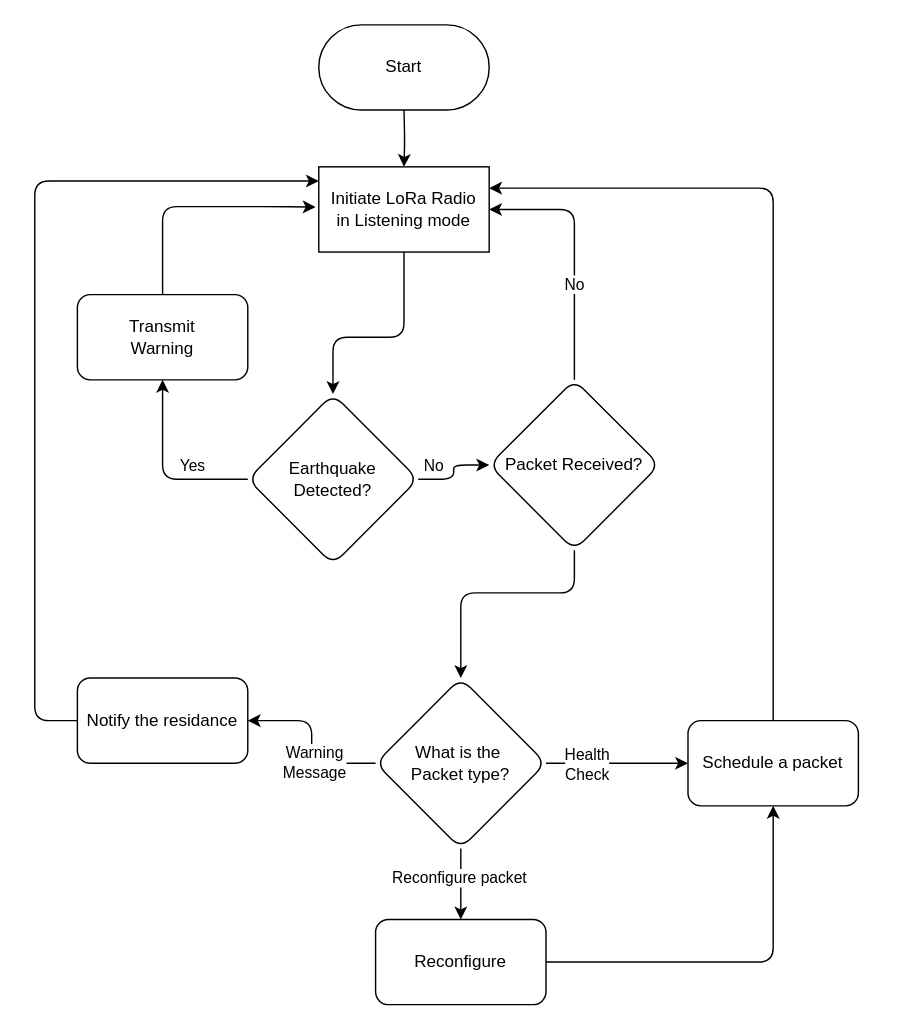
Earlier version of the draw.io diagram EEW_endnode.drawio (NuwanUdara/my-diagrams). Source tidied: cells renumbered, new cells numbered last; positions are measured from the earlier drawing's top-left corner, leaving out a move shared by most shapes. Both pictures are drawn from the tidied source at 142%, with x=0, y=0 at pixel (34, 24).
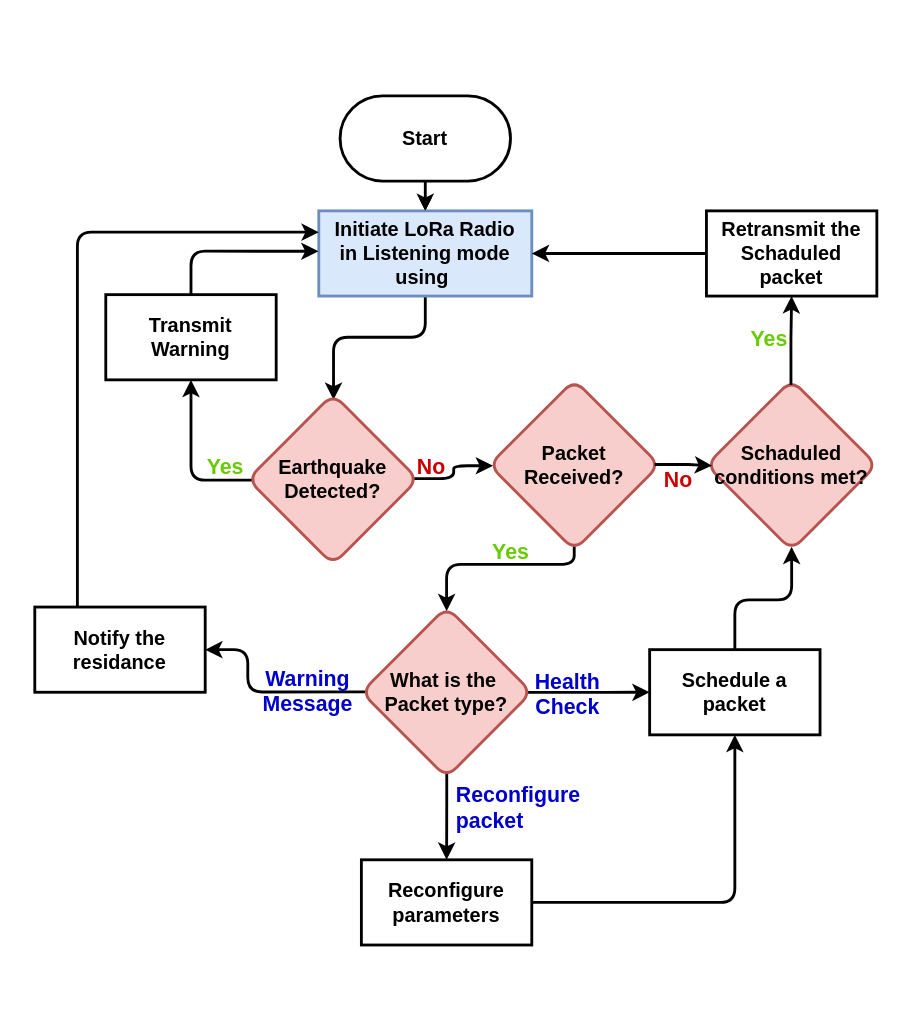
The same diagram, later.

The edit, as a diff of the source:
```diff
@@
-    <mxCell id="2" style="edgeStyle=orthogonalEdgeStyle;rounded=1;jettySize=auto;html=1;" parent="1" edge="1" target="4">
-      <mxGeometry relative="1" as="geometry">
-        <mxPoint x="260" y="60" as="sourcePoint" />
-      </mxGeometry>
+    <mxCell id="2" style="edgeStyle=orthogonalEdgeStyle;rounded=1;jettySize=auto;html=1;fontStyle=1;exitX=0.5;exitY=1;exitDx=0;exitDy=0;" parent="1" edge="1" source="29" target="4">
+      <mxGeometry relative="1" as="geometry" />
     </mxCell>
-    <mxCell id="3" style="edgeStyle=orthogonalEdgeStyle;rounded=1;jettySize=auto;html=1;exitX=0.5;exitY=1;exitDx=0;exitDy=0;entryX=0.5;entryY=0;entryDx=0;entryDy=0;" parent="1" edge="1" source="4" target="9">
+    <mxCell id="3" style="edgeStyle=orthogonalEdgeStyle;rounded=1;jettySize=auto;html=1;exitX=0.5;exitY=1;exitDx=0;exitDy=0;entryX=0.503;entryY=0.034;entryDx=0;entryDy=0;fontStyle=1;entryPerimeter=0;strokeWidth=2;" parent="1" edge="1" source="4" target="9">
       <mxGeometry relative="1" as="geometry">
         <Array as="points">
-          <mxPoint x="260" y="220" />
+          <mxPoint x="275" y="220" />
           <mxPoint x="210" y="220" />
         </Array>
       </mxGeometry>
     </mxCell>
-    <mxCell id="4" value="Initiate LoRa Radio&lt;br&gt;in Listening mode" style="rounded=1;whiteSpace=wrap;html=1;arcSize=0;" parent="1" vertex="1">
-      <mxGeometry x="200" y="100" width="120" height="60" as="geometry" />
+    <mxCell id="4" value="Initiate LoRa Radio&lt;br style=&quot;font-size: 14px;&quot;&gt;in Listening mode&lt;div style=&quot;font-size: 14px;&quot;&gt;using&amp;nbsp;&lt;/div&gt;" style="rounded=1;whiteSpace=wrap;html=1;arcSize=0;fillColor=#dae8fc;strokeColor=#6c8ebf;fontStyle=1;fontSize=14;strokeWidth=2;" parent="1" vertex="1">
+      <mxGeometry x="200" y="131" width="150" height="60" as="geometry" />
     </mxCell>
-    <mxCell id="5" style="edgeStyle=orthogonalEdgeStyle;rounded=1;jettySize=auto;html=1;entryX=0;entryY=0.5;entryDx=0;entryDy=0;" parent="1" edge="1" source="9" target="13">
+    <mxCell id="5" style="edgeStyle=orthogonalEdgeStyle;rounded=1;jettySize=auto;html=1;entryX=0.023;entryY=0.504;entryDx=0;entryDy=0;fontStyle=1;exitX=0.967;exitY=0.496;exitDx=0;exitDy=0;exitPerimeter=0;entryPerimeter=0;strokeWidth=2;" parent="1" edge="1" source="9" target="13">
       <mxGeometry relative="1" as="geometry" />
     </mxCell>
-    <mxCell id="6" value="No" style="edgeLabel;html=1;align=center;verticalAlign=middle;rounded=1;" parent="5" vertex="1">
+    <mxCell id="6" value="No" style="edgeLabel;html=1;align=center;verticalAlign=middle;rounded=1;fontStyle=1;fontColor=#CC0000;fontSize=15;labelBackgroundColor=none;" parent="5" vertex="1">
       <mxGeometry x="-0.25" y="2" relative="1" as="geometry">
-        <mxPoint x="-13" y="-8" as="offset" />
+        <mxPoint x="-13" y="-7" as="offset" />
       </mxGeometry>
     </mxCell>
-    <mxCell id="7" style="edgeStyle=orthogonalEdgeStyle;rounded=1;jettySize=auto;html=1;" parent="1" edge="1" source="9" target="15">
+    <mxCell id="7" style="edgeStyle=orthogonalEdgeStyle;rounded=1;jettySize=auto;html=1;fontStyle=1;exitX=0.027;exitY=0.505;exitDx=0;exitDy=0;exitPerimeter=0;strokeWidth=2;" parent="1" edge="1" source="9" target="15">
       <mxGeometry relative="1" as="geometry">
         <Array as="points">
-          <mxPoint x="90" y="320" />
+          <mxPoint x="110" y="321" />
         </Array>
       </mxGeometry>
     </mxCell>
-    <mxCell id="8" value="Yes" style="edgeLabel;html=1;align=center;verticalAlign=middle;rounded=1;" parent="7" vertex="1">
+    <mxCell id="8" value="Yes" style="edgeLabel;html=1;align=center;verticalAlign=middle;rounded=1;fontStyle=1;fontColor=#66CC00;fontSize=15;labelBackgroundColor=none;" parent="7" vertex="1">
       <mxGeometry x="-0.59" y="1" relative="1" as="geometry">
-        <mxPoint x="-13" y="-11" as="offset" />
+        <mxPoint x="3" y="-11" as="offset" />
       </mxGeometry>
     </mxCell>
-    <mxCell id="9" value="Earthquake&lt;br&gt;Detected?" style="rhombus;whiteSpace=wrap;html=1;rounded=1;" parent="1" vertex="1">
+    <mxCell id="9" value="Earthquake&lt;br style=&quot;font-size: 14px;&quot;&gt;Detected?" style="rhombus;whiteSpace=wrap;html=1;rounded=1;fillColor=#f8cecc;strokeColor=#b85450;fontStyle=1;fontSize=14;strokeWidth=2;" parent="1" vertex="1">
       <mxGeometry x="150" y="260" width="120" height="120" as="geometry" />
     </mxCell>
-    <mxCell id="10" style="edgeStyle=orthogonalEdgeStyle;rounded=1;jettySize=auto;html=1;entryX=0.5;entryY=0;entryDx=0;entryDy=0;exitX=0.5;exitY=1;exitDx=0;exitDy=0;" parent="1" edge="1" source="13" target="22">
+    <mxCell id="10" style="edgeStyle=orthogonalEdgeStyle;rounded=1;jettySize=auto;html=1;entryX=0.5;entryY=0.024;entryDx=0;entryDy=0;exitX=0.499;exitY=0.977;exitDx=0;exitDy=0;fontStyle=1;exitPerimeter=0;entryPerimeter=0;strokeWidth=2;" parent="1" edge="1" source="13" target="22">
       <mxGeometry relative="1" as="geometry">
         <Array as="points">
-          <mxPoint x="380" y="400" />
-          <mxPoint x="300" y="400" />
+          <mxPoint x="380" y="380" />
+          <mxPoint x="290" y="380" />
         </Array>
       </mxGeometry>
     </mxCell>
-    <mxCell id="11" style="edgeStyle=orthogonalEdgeStyle;rounded=1;jettySize=auto;html=1;entryX=1;entryY=0.5;entryDx=0;entryDy=0;exitX=0.5;exitY=0;exitDx=0;exitDy=0;" parent="1" edge="1" source="13" target="4">
-      <mxGeometry relative="1" as="geometry">
-        <Array as="points">
-          <mxPoint x="380" y="130" />
-        </Array>
-      </mxGeometry>
-    </mxCell>
-    <mxCell id="12" value="No" style="edgeLabel;html=1;align=center;verticalAlign=middle;rounded=1;" parent="11" vertex="1">
-      <mxGeometry x="-0.24" y="1" relative="1" as="geometry" />
-    </mxCell>
+    <mxCell id="30" value="Yes" style="edgeLabel;html=1;align=center;verticalAlign=middle;fontStyle=1;fontColor=#66CC00;fontSize=15;labelBackgroundColor=none;" parent="10" vertex="1">
+      <mxGeometry x="-0.14" y="3" relative="1" as="geometry">
+        <mxPoint y="-13" as="offset" />
+      </mxGeometry>
+    </mxCell>
-    <mxCell id="13" value="Packet Received?" style="rhombus;whiteSpace=wrap;html=1;rounded=1;" parent="1" vertex="1">
+    <mxCell id="13" value="Packet Received?" style="rhombus;whiteSpace=wrap;html=1;rounded=1;fillColor=#f8cecc;strokeColor=#b85450;fontStyle=1;fontSize=14;strokeWidth=2;" parent="1" vertex="1">
       <mxGeometry x="320" y="250" width="120" height="120" as="geometry" />
     </mxCell>
-    <mxCell id="14" style="edgeStyle=orthogonalEdgeStyle;rounded=1;jettySize=auto;html=1;entryX=-0.019;entryY=0.472;entryDx=0;entryDy=0;entryPerimeter=0;" parent="1" edge="1" source="15" target="4">
+    <mxCell id="14" style="edgeStyle=orthogonalEdgeStyle;rounded=1;jettySize=auto;html=1;entryX=-0.001;entryY=0.474;entryDx=0;entryDy=0;entryPerimeter=0;fontStyle=1;strokeWidth=2;" parent="1" edge="1" target="4">
       <mxGeometry relative="1" as="geometry">
+        <mxPoint x="110" y="200" as="sourcePoint" />
         <Array as="points">
-          <mxPoint x="90" y="128" />
-          <mxPoint x="170" y="128" />
+          <mxPoint x="110" y="160" />
+          <mxPoint x="200" y="160" />
         </Array>
       </mxGeometry>
     </mxCell>
-    <mxCell id="15" value="Transmit&lt;br&gt;Warning" style="rounded=1;whiteSpace=wrap;html=1;" parent="1" vertex="1">
-      <mxGeometry x="30" y="190" width="120" height="60" as="geometry" />
+    <mxCell id="15" value="Transmit&lt;br style=&quot;font-size: 14px;&quot;&gt;Warning" style="rounded=0;whiteSpace=wrap;html=1;fontStyle=1;fontSize=14;strokeWidth=2;" parent="1" vertex="1">
+      <mxGeometry x="50" y="190" width="120" height="60" as="geometry" />
     </mxCell>
-    <mxCell id="16" style="edgeStyle=orthogonalEdgeStyle;rounded=1;jettySize=auto;html=1;entryX=1;entryY=0.5;entryDx=0;entryDy=0;" parent="1" edge="1" source="22" target="24">
-      <mxGeometry relative="1" as="geometry" />
+    <mxCell id="16" style="edgeStyle=orthogonalEdgeStyle;rounded=1;jettySize=auto;html=1;entryX=1;entryY=0.5;entryDx=0;entryDy=0;fontStyle=1;exitX=0.022;exitY=0.498;exitDx=0;exitDy=0;exitPerimeter=0;strokeWidth=2;" parent="1" edge="1" source="22" target="24">
+      <mxGeometry relative="1" as="geometry">
+        <Array as="points">
+          <mxPoint x="150" y="470" />
+          <mxPoint x="150" y="440" />
+        </Array>
+      </mxGeometry>
     </mxCell>
-    <mxCell id="17" value="Warning&lt;br&gt;Message" style="edgeLabel;html=1;align=center;verticalAlign=middle;rounded=1;" parent="16" vertex="1">
-      <mxGeometry x="-0.24" y="-1" relative="1" as="geometry" />
+    <mxCell id="17" value="Warning&lt;br style=&quot;font-size: 15px;&quot;&gt;Message" style="edgeLabel;html=1;align=center;verticalAlign=middle;rounded=1;labelBackgroundColor=none;fontColor=#0000CC;fontStyle=1;fontSize=15;" parent="16" vertex="1">
+      <mxGeometry x="-0.24" y="-1" relative="1" as="geometry">
+        <mxPoint x="13" as="offset" />
+      </mxGeometry>
     </mxCell>
-    <mxCell id="18" style="edgeStyle=orthogonalEdgeStyle;rounded=1;jettySize=auto;html=1;" parent="1" edge="1" source="22" target="26">
+    <mxCell id="18" style="edgeStyle=orthogonalEdgeStyle;rounded=1;jettySize=auto;html=1;fontStyle=1;exitX=0.978;exitY=0.501;exitDx=0;exitDy=0;exitPerimeter=0;strokeWidth=2;" parent="1" edge="1" source="22" target="26">
       <mxGeometry relative="1" as="geometry" />
     </mxCell>
-    <mxCell id="19" value="Health&lt;br&gt;Check" style="edgeLabel;html=1;align=center;verticalAlign=middle;rounded=1;" parent="18" vertex="1">
-      <mxGeometry x="-0.45" relative="1" as="geometry" />
+    <mxCell id="19" value="Health&lt;br style=&quot;font-size: 15px;&quot;&gt;Check" style="edgeLabel;html=1;align=center;verticalAlign=middle;rounded=1;labelBackgroundColor=none;fontColor=#0000CC;fontStyle=1;fontSize=15;" parent="18" vertex="1">
+      <mxGeometry x="-0.45" relative="1" as="geometry">
+        <mxPoint x="3" as="offset" />
+      </mxGeometry>
     </mxCell>
-    <mxCell id="20" style="edgeStyle=orthogonalEdgeStyle;rounded=1;jettySize=auto;html=1;entryX=0.5;entryY=0;entryDx=0;entryDy=0;" parent="1" edge="1" source="22" target="28">
+    <mxCell id="20" style="edgeStyle=orthogonalEdgeStyle;rounded=1;jettySize=auto;html=1;entryX=0.5;entryY=0;entryDx=0;entryDy=0;fontStyle=1;exitX=0.501;exitY=0.967;exitDx=0;exitDy=0;exitPerimeter=0;strokeWidth=2;" parent="1" edge="1" source="22" target="28">
       <mxGeometry relative="1" as="geometry" />
     </mxCell>
-    <mxCell id="21" value="Reconfigure packet" style="edgeLabel;html=1;align=center;verticalAlign=middle;rounded=1;" parent="20" vertex="1">
-      <mxGeometry x="-0.22" y="-2" relative="1" as="geometry" />
+    <mxCell id="21" value="Reconfigure&amp;nbsp;&lt;div style=&quot;font-size: 15px;&quot;&gt;packet&lt;/div&gt;" style="edgeLabel;html=1;align=left;verticalAlign=middle;rounded=1;labelBackgroundColor=none;fontColor=#0000CC;fontStyle=1;fontSize=15;" parent="20" vertex="1">
+      <mxGeometry x="-0.22" y="-2" relative="1" as="geometry">
+        <mxPoint x="7" as="offset" />
+      </mxGeometry>
     </mxCell>
-    <mxCell id="22" value="What is the&amp;nbsp;&lt;div&gt;Packet type?&lt;/div&gt;" style="rhombus;whiteSpace=wrap;html=1;rounded=1;" parent="1" vertex="1">
-      <mxGeometry x="240" y="460" width="120" height="120" as="geometry" />
+    <mxCell id="22" value="What is the&amp;nbsp;&lt;div style=&quot;font-size: 14px;&quot;&gt;Packet type?&lt;/div&gt;" style="rhombus;whiteSpace=wrap;html=1;rounded=1;fillColor=#f8cecc;strokeColor=#b85450;fontStyle=1;fontSize=14;strokeWidth=2;" parent="1" vertex="1">
+      <mxGeometry x="230" y="410" width="120" height="120" as="geometry" />
     </mxCell>
-    <mxCell id="23" style="edgeStyle=orthogonalEdgeStyle;rounded=1;jettySize=auto;html=1;" parent="1" edge="1" source="24">
+    <mxCell id="23" style="edgeStyle=orthogonalEdgeStyle;rounded=1;jettySize=auto;html=1;exitX=0.25;exitY=0;exitDx=0;exitDy=0;fontStyle=1;entryX=0;entryY=0.25;entryDx=0;entryDy=0;strokeWidth=2;" parent="1" edge="1" source="24" target="4">
       <mxGeometry relative="1" as="geometry">
-        <mxPoint x="200" y="110" as="targetPoint" />
         <Array as="points">
-          <mxPoint y="490" />
-          <mxPoint y="110" />
+          <mxPoint x="30" y="146" />
         </Array>
       </mxGeometry>
     </mxCell>
-    <mxCell id="24" value="Notify the residance" style="rounded=1;whiteSpace=wrap;html=1;" parent="1" vertex="1">
-      <mxGeometry x="30" y="460" width="120" height="60" as="geometry" />
+    <mxCell id="24" value="Notify the residance" style="rounded=0;whiteSpace=wrap;html=1;fontStyle=1;fontSize=14;strokeWidth=2;" parent="1" vertex="1">
+      <mxGeometry y="410" width="120" height="60" as="geometry" />
     </mxCell>
-    <mxCell id="25" style="edgeStyle=orthogonalEdgeStyle;rounded=1;jettySize=auto;html=1;entryX=1;entryY=0.25;entryDx=0;entryDy=0;exitX=0.5;exitY=0;exitDx=0;exitDy=0;" parent="1" edge="1" source="26" target="4">
-      <mxGeometry relative="1" as="geometry">
-        <Array as="points">
-          <mxPoint x="520" y="115" />
-        </Array>
-      </mxGeometry>
-    </mxCell>
+    <mxCell id="31" style="edgeStyle=orthogonalEdgeStyle;rounded=1;jettySize=auto;html=1;strokeColor=default;align=center;verticalAlign=middle;fontFamily=Helvetica;fontSize=11;fontColor=default;labelBackgroundColor=default;endArrow=classic;fontStyle=1;entryX=0.5;entryY=0.98;entryDx=0;entryDy=0;entryPerimeter=0;strokeWidth=2;" parent="1" edge="1" source="26" target="33">
+      <mxGeometry relative="1" as="geometry" />
+    </mxCell>
-    <mxCell id="26" value="Schedule a packet" style="rounded=1;whiteSpace=wrap;html=1;" parent="1" vertex="1">
-      <mxGeometry x="460" y="490" width="120" height="60" as="geometry" />
+    <mxCell id="26" value="Schedule a packet" style="rounded=0;whiteSpace=wrap;html=1;fontStyle=1;fontSize=14;strokeWidth=2;" parent="1" vertex="1">
+      <mxGeometry x="433" y="440" width="120" height="60" as="geometry" />
     </mxCell>
-    <mxCell id="27" style="edgeStyle=orthogonalEdgeStyle;rounded=1;jettySize=auto;html=1;entryX=0.5;entryY=1;entryDx=0;entryDy=0;" parent="1" edge="1" source="28" target="26">
+    <mxCell id="27" style="edgeStyle=orthogonalEdgeStyle;rounded=1;jettySize=auto;html=1;entryX=0.5;entryY=1;entryDx=0;entryDy=0;fontStyle=1;strokeWidth=2;" parent="1" edge="1" source="28" target="26">
       <mxGeometry relative="1" as="geometry" />
     </mxCell>
-    <mxCell id="28" value="Reconfigure" style="rounded=1;whiteSpace=wrap;html=1;" parent="1" vertex="1">
-      <mxGeometry x="240" y="630" width="120" height="60" as="geometry" />
+    <mxCell id="28" value="Reconfigure&lt;div style=&quot;font-size: 14px;&quot;&gt;parameters&lt;/div&gt;" style="rounded=0;whiteSpace=wrap;html=1;fontStyle=1;fontSize=14;strokeWidth=2;" parent="1" vertex="1">
+      <mxGeometry x="230" y="588" width="120" height="60" as="geometry" />
     </mxCell>
+    <mxCell id="32" style="edgeStyle=orthogonalEdgeStyle;rounded=1;jettySize=auto;html=1;strokeColor=default;align=center;verticalAlign=middle;fontFamily=Helvetica;fontSize=11;fontColor=default;labelBackgroundColor=default;endArrow=classic;strokeWidth=2;" parent="1" edge="1" source="29" target="4">
+      <mxGeometry relative="1" as="geometry" />
+    </mxCell>
-    <mxCell id="29" value="Start" style="rounded=1;whiteSpace=wrap;html=1;arcSize=50;" parent="1" vertex="1">
-      <mxGeometry x="200" width="120" height="60" as="geometry" />
+    <mxCell id="29" value="Start" style="rounded=1;whiteSpace=wrap;html=1;arcSize=50;fontStyle=1;fontSize=14;strokeWidth=2;" parent="1" vertex="1">
+      <mxGeometry x="215" y="50" width="120" height="60" as="geometry" />
     </mxCell>
+    <mxCell id="33" value="Schaduled&lt;br style=&quot;font-size: 14px;&quot;&gt;conditions met?" style="rhombus;whiteSpace=wrap;html=1;rounded=1;fillColor=#f8cecc;strokeColor=#b85450;fontStyle=1;fontSize=14;strokeWidth=2;" parent="1" vertex="1">
+      <mxGeometry x="473" y="250" width="120" height="120" as="geometry" />
+    </mxCell>
+    <mxCell id="34" style="edgeStyle=orthogonalEdgeStyle;rounded=0;jettySize=auto;html=1;entryX=0.033;entryY=0.504;entryDx=0;entryDy=0;entryPerimeter=0;fontStyle=1;exitX=0.971;exitY=0.497;exitDx=0;exitDy=0;exitPerimeter=0;strokeWidth=2;" parent="1" edge="1" source="13" target="33">
+      <mxGeometry relative="1" as="geometry" />
+    </mxCell>
+    <mxCell id="12" value="No" style="edgeLabel;html=1;align=center;verticalAlign=middle;fontStyle=1;fontColor=#CC0000;fontSize=15;labelBackgroundColor=none;" parent="34" vertex="1">
+      <mxGeometry x="-0.38" y="1" relative="1" as="geometry">
+        <mxPoint x="3" y="11" as="offset" />
+      </mxGeometry>
+    </mxCell>
+    <mxCell id="35" style="edgeStyle=orthogonalEdgeStyle;rounded=0;jettySize=auto;html=1;entryX=1;entryY=0.5;entryDx=0;entryDy=0;flowAnimation=0;fontStyle=1;strokeWidth=2;" parent="1" edge="1" source="36" target="4">
+      <mxGeometry relative="1" as="geometry" />
+    </mxCell>
+    <mxCell id="36" value="Retransmit the&lt;br style=&quot;font-size: 14px;&quot;&gt;Schaduled&lt;br style=&quot;font-size: 14px;&quot;&gt;packet" style="rounded=0;whiteSpace=wrap;html=1;fontStyle=1;fontSize=14;strokeWidth=2;" parent="1" vertex="1">
+      <mxGeometry x="473" y="131" width="120" height="60" as="geometry" />
+    </mxCell>
+    <mxCell id="37" style="edgeStyle=orthogonalEdgeStyle;rounded=0;jettySize=auto;html=1;entryX=0.5;entryY=1;entryDx=0;entryDy=0;flowAnimation=0;fontStyle=1;exitX=0.496;exitY=0.03;exitDx=0;exitDy=0;exitPerimeter=0;strokeWidth=2;" parent="1" edge="1" source="33" target="36">
+      <mxGeometry relative="1" as="geometry" />
+    </mxCell>
+    <mxCell id="38" value="Yes" style="edgeLabel;html=1;align=center;verticalAlign=middle;fontStyle=1;fontColor=#66CC00;fontSize=15;labelBackgroundColor=none;" parent="1" vertex="1">
+      <mxGeometry x="516" y="220" as="geometry" />
+    </mxCell>
```
